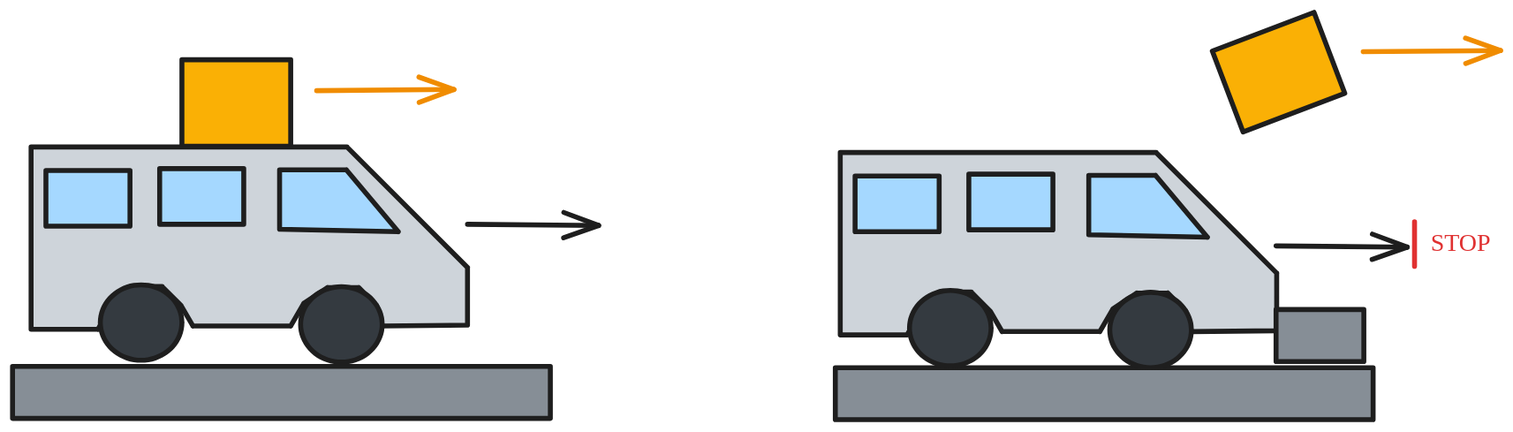
This is entries/ring-rush-mech-1/understand/inertia.excalidraw.svg from Area-53-Robotics/53D-High-Stakes-Notebook, a Excalidraw export, as it was before one commit. Source tidied: one line per element, renumbered; positions are measured from the earlier drawing's top-left corner, leaving out a move shared by most shapes. Source of this version:
```json
{"id": 0, "type": "line", "strokeColor": "#1e1e1e", "backgroundColor": "#ced4da", "fillStyle": "solid", "strokeWidth": 4, "roughness": 0, "x": 15, "y": 119, "width": 353, "height": 148, "points": [[0, 0], [0, 124], [54, 124], [65, 105], [80, 89], [106, 89], [121, 105], [131, 121], [210, 121], [221, 103], [240, 90], [265, 90], [279, 105], [284, 121], [353, 121], [353, 74], [256, -24], [0, -24], [0, 0]]}
{"id": 1, "type": "ellipse", "strokeColor": "#1e1e1e", "backgroundColor": "#343a40", "fillStyle": "solid", "strokeWidth": 4, "roughness": 0, "x": 71, "y": 207, "width": 66, "height": 61}
{"id": 2, "type": "ellipse", "strokeColor": "#1e1e1e", "backgroundColor": "#343a40", "fillStyle": "solid", "strokeWidth": 4, "roughness": 0, "x": 233, "y": 208, "width": 66, "height": 61}
{"id": 3, "type": "line", "strokeColor": "#1e1e1e", "backgroundColor": "#a5d8ff", "fillStyle": "solid", "strokeWidth": 4, "roughness": 0, "x": 312, "y": 164, "width": 96, "height": 50, "points": [[0, 0], [-42, -50], [-96, -50], [-96, -2], [0, 0]]}
{"id": 4, "type": "rectangle", "strokeColor": "#1e1e1e", "backgroundColor": "#a5d8ff", "fillStyle": "solid", "strokeWidth": 4, "roughness": 0, "x": 119, "y": 113, "width": 68, "height": 45}
{"id": 5, "type": "rectangle", "strokeColor": "#1e1e1e", "backgroundColor": "#a5d8ff", "fillStyle": "solid", "strokeWidth": 4, "roughness": 0, "x": 27, "y": 114, "width": 68, "height": 45}
{"id": 6, "type": "rectangle", "strokeColor": "#1e1e1e", "backgroundColor": "#fab005", "fillStyle": "solid", "strokeWidth": 4, "roughness": 0, "x": 137, "y": 25, "width": 88, "height": 70}
{"id": 7, "type": "arrow", "strokeColor": "#1e1e1e", "backgroundColor": "#fab005", "fillStyle": "solid", "strokeWidth": 4, "roughness": 0, "endArrowhead": "arrow", "x": 368, "y": 158, "width": 106, "height": 1, "points": [[0, 0], [106, 1]]}
{"id": 8, "type": "arrow", "strokeColor": "#f08c00", "backgroundColor": "#fab005", "fillStyle": "solid", "strokeWidth": 4, "roughness": 0, "endArrowhead": "arrow", "x": 246, "y": 50, "width": 111, "height": 1, "points": [[0, 0], [111, -1]]}
{"id": 9, "type": "rectangle", "strokeColor": "#1e1e1e", "backgroundColor": "#868e96", "fillStyle": "solid", "strokeWidth": 4, "roughness": 0, "x": 0, "y": 273, "width": 435, "height": 42}
{"id": 10, "type": "rectangle", "strokeColor": "#1e1e1e", "backgroundColor": "#868e96", "fillStyle": "solid", "strokeWidth": 4, "roughness": 0, "x": 666, "y": 274, "width": 435, "height": 42}
{"id": 11, "type": "line", "strokeColor": "#1e1e1e", "backgroundColor": "#ced4da", "fillStyle": "solid", "strokeWidth": 4, "roughness": 0, "x": 670, "y": 124, "width": 353, "height": 148, "points": [[0, 0], [0, 124], [54, 124], [65, 105], [80, 89], [106, 89], [121, 105], [131, 121], [210, 121], [221, 103], [240, 90], [265, 90], [279, 105], [284, 121], [353, 121], [353, 74], [256, -24], [0, -24], [0, 0]]}
{"id": 12, "type": "ellipse", "strokeColor": "#1e1e1e", "backgroundColor": "#343a40", "fillStyle": "solid", "strokeWidth": 4, "roughness": 0, "x": 726, "y": 212, "width": 66, "height": 61}
{"id": 13, "type": "ellipse", "strokeColor": "#1e1e1e", "backgroundColor": "#343a40", "fillStyle": "solid", "strokeWidth": 4, "roughness": 0, "x": 888, "y": 213, "width": 66, "height": 61}
{"id": 14, "type": "line", "strokeColor": "#1e1e1e", "backgroundColor": "#a5d8ff", "fillStyle": "solid", "strokeWidth": 4, "roughness": 0, "x": 966, "y": 168, "width": 96, "height": 50, "points": [[0, 0], [-42, -50], [-96, -50], [-96, -2], [0, 0]]}
{"id": 15, "type": "rectangle", "strokeColor": "#1e1e1e", "backgroundColor": "#a5d8ff", "fillStyle": "solid", "strokeWidth": 4, "roughness": 0, "x": 774, "y": 118, "width": 68, "height": 45}
{"id": 16, "type": "rectangle", "strokeColor": "#1e1e1e", "backgroundColor": "#a5d8ff", "fillStyle": "solid", "strokeWidth": 4, "roughness": 0, "x": 682, "y": 119, "width": 68, "height": 45}
{"id": 17, "type": "rectangle", "strokeColor": "#1e1e1e", "backgroundColor": "#868e96", "fillStyle": "solid", "strokeWidth": 4, "roughness": 0, "x": 1022, "y": 227, "width": 71, "height": 42}
{"id": 18, "type": "arrow", "strokeColor": "#1e1e1e", "backgroundColor": "#fab005", "fillStyle": "solid", "strokeWidth": 4, "roughness": 0, "endArrowhead": "arrow", "x": 1022, "y": 176, "width": 106, "height": 1, "points": [[0, 0], [106, 1]]}
{"id": 19, "type": "line", "strokeColor": "#e03131", "backgroundColor": "#868e96", "fillStyle": "solid", "strokeWidth": 4, "roughness": 0, "x": 1134, "y": 156, "width": 0, "height": 36, "points": [[0, 0], [0, 36]]}
{"id": 20, "type": "text", "text": "STOP", "strokeColor": "#e03131", "backgroundColor": "#868e96", "fillStyle": "solid", "strokeWidth": 4, "roughness": 0, "fontSize": 20, "fontFamily": 1, "x": 1147, "y": 162, "width": 56, "height": 25}
{"id": 21, "type": "rectangle", "strokeColor": "#1e1e1e", "angle": 5.92, "backgroundColor": "#fab005", "fillStyle": "solid", "strokeWidth": 4, "roughness": 0, "x": 980, "y": 0, "width": 88, "height": 70}
{"id": 22, "type": "arrow", "strokeColor": "#f08c00", "backgroundColor": "#fab005", "fillStyle": "solid", "strokeWidth": 4, "roughness": 0, "endArrowhead": "arrow", "x": 1092, "y": 18, "width": 111, "height": 1, "points": [[0, 0], [111, -1]]}
```
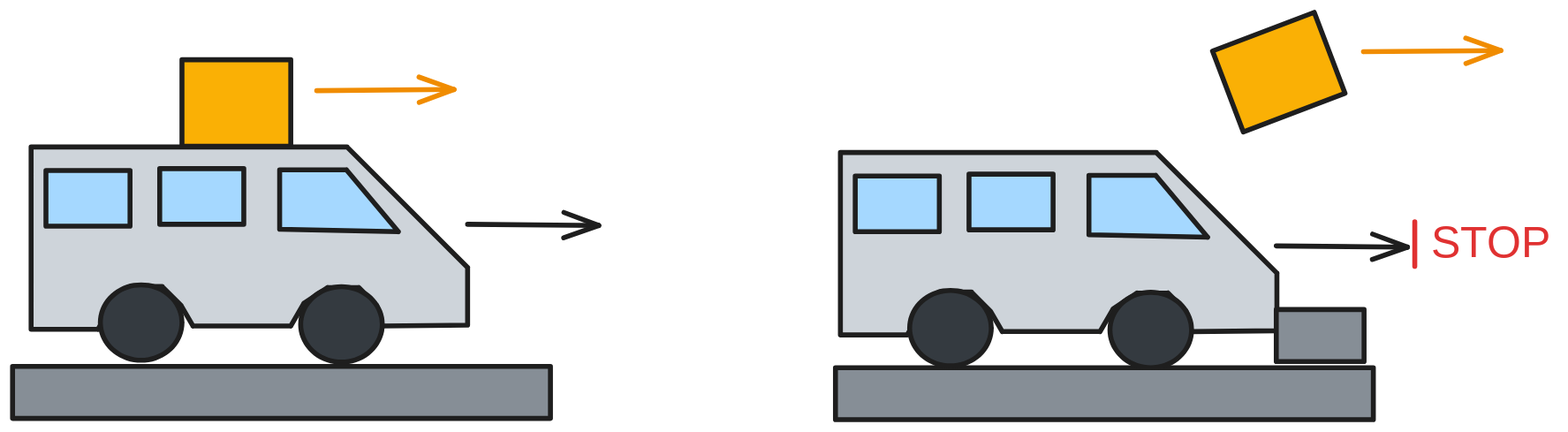
Above is the later version.

Change to the diagram source:
```diff
@@ -18,6 +18,6 @@
 {"id": 17, "type": "rectangle", "strokeColor": "#1e1e1e", "backgroundColor": "#868e96", "fillStyle": "solid", "strokeWidth": 4, "roughness": 0, "x": 1022, "y": 227, "width": 71, "height": 42}
 {"id": 18, "type": "arrow", "strokeColor": "#1e1e1e", "backgroundColor": "#fab005", "fillStyle": "solid", "strokeWidth": 4, "roughness": 0, "endArrowhead": "arrow", "x": 1022, "y": 176, "width": 106, "height": 1, "points": [[0, 0], [106, 1]]}
 {"id": 19, "type": "line", "strokeColor": "#e03131", "backgroundColor": "#868e96", "fillStyle": "solid", "strokeWidth": 4, "roughness": 0, "x": 1134, "y": 156, "width": 0, "height": 36, "points": [[0, 0], [0, 36]]}
-{"id": 20, "type": "text", "text": "STOP", "strokeColor": "#e03131", "backgroundColor": "#868e96", "fillStyle": "solid", "strokeWidth": 4, "roughness": 0, "fontSize": 20, "fontFamily": 1, "x": 1147, "y": 162, "width": 56, "height": 25}
+{"id": 20, "type": "text", "text": "STOP", "strokeColor": "#e03131", "backgroundColor": "#868e96", "fillStyle": "solid", "strokeWidth": 4, "roughness": 0, "fontSize": 36, "fontFamily": 1, "x": 1147, "y": 152, "width": 101, "height": 45}
 {"id": 21, "type": "rectangle", "strokeColor": "#1e1e1e", "angle": 5.92, "backgroundColor": "#fab005", "fillStyle": "solid", "strokeWidth": 4, "roughness": 0, "x": 980, "y": 0, "width": 88, "height": 70}
 {"id": 22, "type": "arrow", "strokeColor": "#f08c00", "backgroundColor": "#fab005", "fillStyle": "solid", "strokeWidth": 4, "roughness": 0, "endArrowhead": "arrow", "x": 1092, "y": 18, "width": 111, "height": 1, "points": [[0, 0], [111, -1]]}
```
